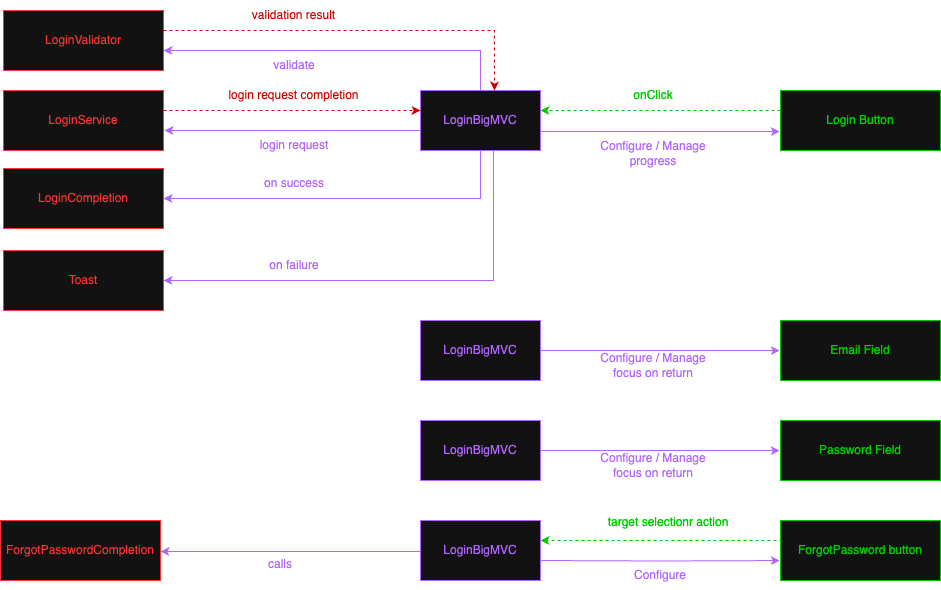
Above: ECommerceScreens/ECommerceScreens/Login/BasicMVC/Diagrams/LGBasicMVCFlow.png in hiren9697/UIPatternsDemonstration (draw.io), before the change. Source tidied: cells renumbered, new cells last; positions are measured from the earlier drawing's top-left corner, leaving out a move shared by most shapes.
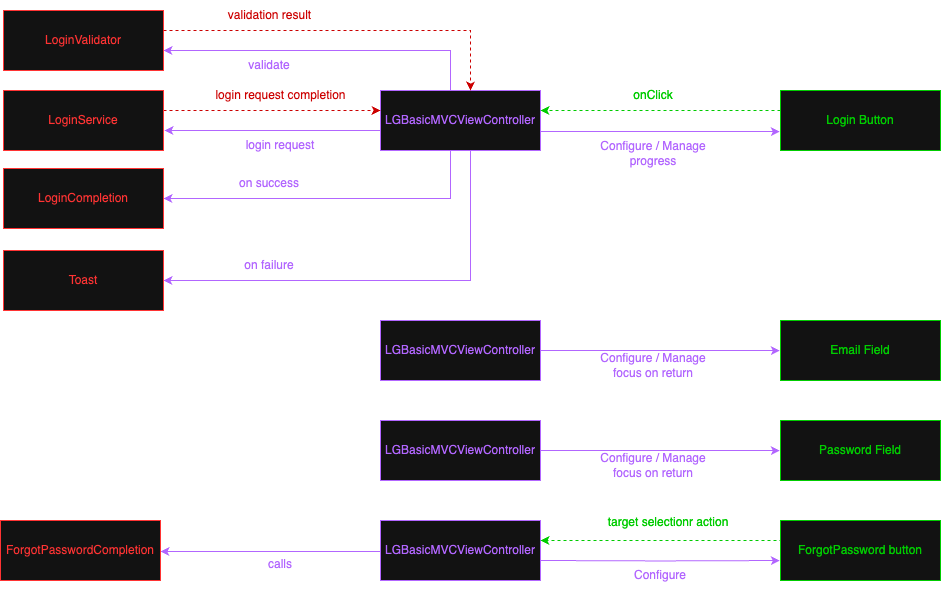
Above is the later version.

The edit, as a diff of the source:
```diff
@@ -2,80 +2,79 @@
   <root>
     <mxCell id="0" />
     <mxCell id="1" parent="0" />
-    <mxCell id="2" style="edgeStyle=orthogonalEdgeStyle;rounded=0;orthogonalLoop=1;jettySize=auto;html=1;strokeColor=light-dark(#000000,#B266FF);entryX=-0.004;entryY=0.667;entryDx=0;entryDy=0;entryPerimeter=0;" parent="1" edge="1">
-      <mxGeometry relative="1" as="geometry">
-        <mxPoint x="540" y="350" as="sourcePoint" />
-        <mxPoint x="779.4" y="350" as="targetPoint" />
-      </mxGeometry>
-    </mxCell>
-    <mxCell id="3" value="&lt;span style=&quot;color: rgb(178, 102, 255);&quot;&gt;LoginBigMVC&lt;/span&gt;" style="rounded=0;whiteSpace=wrap;html=1;strokeColor=light-dark(#000000,#B266FF);" parent="1" vertex="1">
-      <mxGeometry x="420" y="320" width="120" height="60" as="geometry" />
-    </mxCell>
+    <mxCell id="41" style="edgeStyle=orthogonalEdgeStyle;rounded=0;orthogonalLoop=1;jettySize=auto;html=1;strokeColor=light-dark(#000000,#B266FF);entryX=-0.004;entryY=0.667;entryDx=0;entryDy=0;entryPerimeter=0;" parent="1" edge="1">
+      <mxGeometry relative="1" as="geometry">
+        <mxPoint x="540" y="350" as="sourcePoint" />
+        <mxPoint x="779.4" y="350" as="targetPoint" />
+      </mxGeometry>
+    </mxCell>
+    <mxCell id="42" value="&lt;span style=&quot;color: rgb(178, 102, 255);&quot;&gt;LGBasicMVCViewController&lt;/span&gt;" style="rounded=0;whiteSpace=wrap;html=1;strokeColor=light-dark(#000000,#B266FF);" parent="1" vertex="1">
+      <mxGeometry x="380" y="320" width="160" height="60" as="geometry" />
+    </mxCell>
     <mxCell id="4" value="&lt;span style=&quot;color: light-dark(rgb(0, 0, 0), rgb(0, 204, 0));&quot;&gt;Email Field&lt;/span&gt;" style="rounded=0;whiteSpace=wrap;html=1;strokeColor=light-dark(#000000,#00CC00);" parent="1" vertex="1">
       <mxGeometry x="780" y="320" width="160" height="60" as="geometry" />
     </mxCell>
-    <mxCell id="5" value="&lt;span style=&quot;color: light-dark(rgb(0, 0, 0), rgb(178, 102, 255));&quot;&gt;Configure / Manage focus on return&lt;/span&gt;" style="text;html=1;align=center;verticalAlign=middle;whiteSpace=wrap;rounded=0;" parent="1" vertex="1">
-      <mxGeometry x="594" y="350" width="118" height="30" as="geometry" />
-    </mxCell>
-    <mxCell id="6" style="edgeStyle=orthogonalEdgeStyle;rounded=0;orthogonalLoop=1;jettySize=auto;html=1;strokeColor=light-dark(#000000,#B266FF);entryX=-0.004;entryY=0.667;entryDx=0;entryDy=0;entryPerimeter=0;" parent="1" edge="1">
-      <mxGeometry relative="1" as="geometry">
-        <mxPoint x="540" y="450" as="sourcePoint" />
-        <mxPoint x="779.4" y="450" as="targetPoint" />
-      </mxGeometry>
-    </mxCell>
-    <mxCell id="7" value="&lt;span style=&quot;color: rgb(178, 102, 255);&quot;&gt;LoginBigMVC&lt;/span&gt;" style="rounded=0;whiteSpace=wrap;html=1;strokeColor=light-dark(#000000,#B266FF);" parent="1" vertex="1">
-      <mxGeometry x="420" y="420" width="120" height="60" as="geometry" />
-    </mxCell>
+    <mxCell id="43" value="&lt;span style=&quot;color: light-dark(rgb(0, 0, 0), rgb(178, 102, 255));&quot;&gt;Configure / Manage focus on return&lt;/span&gt;" style="text;html=1;align=center;verticalAlign=middle;whiteSpace=wrap;rounded=0;" parent="1" vertex="1">
+      <mxGeometry x="594" y="350" width="118" height="30" as="geometry" />
+    </mxCell>
+    <mxCell id="44" style="edgeStyle=orthogonalEdgeStyle;rounded=0;orthogonalLoop=1;jettySize=auto;html=1;strokeColor=light-dark(#000000,#B266FF);entryX=-0.004;entryY=0.667;entryDx=0;entryDy=0;entryPerimeter=0;" parent="1" edge="1">
+      <mxGeometry relative="1" as="geometry">
+        <mxPoint x="540" y="450" as="sourcePoint" />
+        <mxPoint x="779.4" y="450" as="targetPoint" />
+      </mxGeometry>
+    </mxCell>
+    <mxCell id="45" value="&lt;span style=&quot;color: rgb(178, 102, 255);&quot;&gt;LGBasicMVCViewController&lt;/span&gt;" style="rounded=0;whiteSpace=wrap;html=1;strokeColor=light-dark(#000000,#B266FF);" parent="1" vertex="1">
+      <mxGeometry x="380" y="420" width="160" height="60" as="geometry" />
+    </mxCell>
     <mxCell id="8" value="&lt;span style=&quot;color: light-dark(rgb(0, 0, 0), rgb(0, 204, 0));&quot;&gt;Password Field&lt;/span&gt;" style="rounded=0;whiteSpace=wrap;html=1;strokeColor=light-dark(#000000,#00CC00);" parent="1" vertex="1">
       <mxGeometry x="780" y="420" width="160" height="60" as="geometry" />
     </mxCell>
-    <mxCell id="9" value="&lt;span style=&quot;color: light-dark(rgb(0, 0, 0), rgb(178, 102, 255));&quot;&gt;Configure / Manage focus on return&lt;/span&gt;" style="text;html=1;align=center;verticalAlign=middle;whiteSpace=wrap;rounded=0;" parent="1" vertex="1">
-      <mxGeometry x="594" y="450" width="118" height="30" as="geometry" />
-    </mxCell>
-    <mxCell id="10" style="edgeStyle=orthogonalEdgeStyle;rounded=0;orthogonalLoop=1;jettySize=auto;html=1;strokeColor=light-dark(#000000,#B266FF);entryX=-0.004;entryY=0.667;entryDx=0;entryDy=0;entryPerimeter=0;" parent="1" edge="1">
-      <mxGeometry relative="1" as="geometry">
-        <mxPoint x="540" y="131" as="sourcePoint" />
-        <mxPoint x="779.4" y="131" as="targetPoint" />
-      </mxGeometry>
-    </mxCell>
-    <mxCell id="11" style="edgeStyle=orthogonalEdgeStyle;rounded=0;orthogonalLoop=1;jettySize=auto;html=1;strokeColor=#B266FF;" parent="1" edge="1">
-      <mxGeometry relative="1" as="geometry">
-        <mxPoint x="421" y="130" as="sourcePoint" />
-        <mxPoint x="164" y="130" as="targetPoint" />
-      </mxGeometry>
-    </mxCell>
-    <mxCell id="12" style="edgeStyle=orthogonalEdgeStyle;rounded=0;jettySize=auto;html=1;entryX=1;entryY=0.5;entryDx=0;entryDy=0;strokeColor=#B266FF;" parent="1" edge="1" source="15" target="24">
-      <mxGeometry relative="1" as="geometry">
-        <Array as="points">
-          <mxPoint x="480" y="198" />
-        </Array>
-      </mxGeometry>
-    </mxCell>
-    <mxCell id="13" style="edgeStyle=orthogonalEdgeStyle;rounded=0;jettySize=auto;html=1;entryX=1;entryY=0.5;entryDx=0;entryDy=0;strokeColor=#B266FF;" parent="1" edge="1" source="15" target="25">
-      <mxGeometry relative="1" as="geometry">
-        <Array as="points">
-          <mxPoint x="493" y="280" />
-        </Array>
-      </mxGeometry>
-    </mxCell>
-    <mxCell id="14" style="edgeStyle=orthogonalEdgeStyle;rounded=0;jettySize=auto;html=1;strokeColor=#B266FF;" parent="1" edge="1" source="15">
-      <mxGeometry relative="1" as="geometry">
-        <mxPoint x="163" y="50" as="targetPoint" />
-        <Array as="points">
-          <mxPoint x="480" y="50" />
-          <mxPoint x="163" y="50" />
-        </Array>
-      </mxGeometry>
-    </mxCell>
-    <mxCell id="15" value="&lt;span style=&quot;color: light-dark(rgb(0, 0, 0), rgb(178, 102, 255));&quot;&gt;LoginBigMVC&lt;/span&gt;" style="rounded=0;whiteSpace=wrap;html=1;strokeColor=light-dark(#000000,#B266FF);" parent="1" vertex="1">
-      <mxGeometry x="420" y="90" width="120" height="60" as="geometry" />
-    </mxCell>
-    <mxCell id="16" style="edgeStyle=orthogonalEdgeStyle;rounded=0;orthogonalLoop=1;jettySize=auto;html=1;dashed=1;strokeColor=#00CC00;" parent="1" edge="1">
-      <mxGeometry relative="1" as="geometry">
-        <mxPoint x="780" y="110" as="sourcePoint" />
-        <mxPoint x="540" y="110" as="targetPoint" />
-      </mxGeometry>
-    </mxCell>
+    <mxCell id="46" value="&lt;span style=&quot;color: light-dark(rgb(0, 0, 0), rgb(178, 102, 255));&quot;&gt;Configure / Manage focus on return&lt;/span&gt;" style="text;html=1;align=center;verticalAlign=middle;whiteSpace=wrap;rounded=0;" parent="1" vertex="1">
+      <mxGeometry x="594" y="450" width="118" height="30" as="geometry" />
+    </mxCell>
+    <mxCell id="47" style="edgeStyle=orthogonalEdgeStyle;rounded=0;orthogonalLoop=1;jettySize=auto;html=1;strokeColor=light-dark(#000000,#B266FF);entryX=-0.004;entryY=0.667;entryDx=0;entryDy=0;entryPerimeter=0;" parent="1" edge="1">
+      <mxGeometry relative="1" as="geometry">
+        <mxPoint x="540" y="131" as="sourcePoint" />
+        <mxPoint x="779.4" y="131" as="targetPoint" />
+      </mxGeometry>
+    </mxCell>
+    <mxCell id="48" style="edgeStyle=orthogonalEdgeStyle;rounded=0;orthogonalLoop=1;jettySize=auto;html=1;strokeColor=#B266FF;" parent="1" edge="1">
+      <mxGeometry relative="1" as="geometry">
+        <mxPoint x="421" y="130" as="sourcePoint" />
+        <mxPoint x="164" y="130" as="targetPoint" />
+      </mxGeometry>
+    </mxCell>
+    <mxCell id="49" style="edgeStyle=orthogonalEdgeStyle;rounded=0;jettySize=auto;html=1;entryX=1;entryY=0.5;entryDx=0;entryDy=0;strokeColor=#B266FF;" parent="1" edge="1" source="52" target="24">
+      <mxGeometry relative="1" as="geometry">
+        <Array as="points">
+          <mxPoint x="450" y="198" />
+        </Array>
+      </mxGeometry>
+    </mxCell>
+    <mxCell id="50" style="edgeStyle=orthogonalEdgeStyle;rounded=0;jettySize=auto;html=1;entryX=1;entryY=0.5;entryDx=0;entryDy=0;strokeColor=#B266FF;" parent="1" edge="1" source="52" target="25">
+      <mxGeometry relative="1" as="geometry">
+        <Array as="points">
+          <mxPoint x="470" y="280" />
+        </Array>
+      </mxGeometry>
+    </mxCell>
+    <mxCell id="51" style="edgeStyle=orthogonalEdgeStyle;rounded=0;jettySize=auto;html=1;strokeColor=#B266FF;" parent="1" edge="1" source="52">
+      <mxGeometry relative="1" as="geometry">
+        <mxPoint x="163" y="50" as="targetPoint" />
+        <Array as="points">
+          <mxPoint x="450" y="50" />
+        </Array>
+      </mxGeometry>
+    </mxCell>
+    <mxCell id="52" value="&lt;span style=&quot;color: light-dark(rgb(0, 0, 0), rgb(178, 102, 255));&quot;&gt;LGBasicMVCViewController&lt;/span&gt;" style="rounded=0;whiteSpace=wrap;html=1;strokeColor=light-dark(#000000,#B266FF);" parent="1" vertex="1">
+      <mxGeometry x="380" y="90" width="160" height="60" as="geometry" />
+    </mxCell>
+    <mxCell id="53" style="edgeStyle=orthogonalEdgeStyle;rounded=0;orthogonalLoop=1;jettySize=auto;html=1;dashed=1;strokeColor=#00CC00;" parent="1" edge="1">
+      <mxGeometry relative="1" as="geometry">
+        <mxPoint x="780" y="110" as="sourcePoint" />
+        <mxPoint x="540" y="110" as="targetPoint" />
+      </mxGeometry>
+    </mxCell>
     <mxCell id="17" value="&lt;span style=&quot;color: light-dark(rgb(0, 0, 0), rgb(0, 204, 0));&quot;&gt;Login Button&lt;/span&gt;" style="rounded=0;whiteSpace=wrap;html=1;strokeColor=light-dark(#000000,#00CC00);" parent="1" vertex="1">
       <mxGeometry x="780" y="90" width="160" height="60" as="geometry" />
     </mxCell>
@@ -85,20 +84,20 @@
     <mxCell id="19" value="&lt;font style=&quot;color: light-dark(rgb(0, 0, 0), rgb(0, 204, 0));&quot;&gt;onClick&lt;/font&gt;" style="text;html=1;align=center;verticalAlign=middle;whiteSpace=wrap;rounded=0;" parent="1" vertex="1">
       <mxGeometry x="594" y="80" width="118" height="30" as="geometry" />
     </mxCell>
-    <mxCell id="20" style="edgeStyle=orthogonalEdgeStyle;rounded=0;orthogonalLoop=1;jettySize=auto;html=1;dashed=1;strokeColor=#CC0000;" parent="1" edge="1">
-      <mxGeometry relative="1" as="geometry">
-        <mxPoint x="163" y="110" as="sourcePoint" />
-        <mxPoint x="420" y="110" as="targetPoint" />
-      </mxGeometry>
-    </mxCell>
+    <mxCell id="54" style="edgeStyle=orthogonalEdgeStyle;rounded=0;orthogonalLoop=1;jettySize=auto;html=1;dashed=1;strokeColor=#CC0000;" parent="1" edge="1">
+      <mxGeometry relative="1" as="geometry">
+        <mxPoint x="163" y="110" as="sourcePoint" />
+        <mxPoint x="380" y="110" as="targetPoint" />
+      </mxGeometry>
+    </mxCell>
     <mxCell id="21" value="&lt;span style=&quot;color: light-dark(rgb(0, 0, 0), rgb(255, 51, 51));&quot;&gt;LoginService&lt;/span&gt;" style="rounded=0;whiteSpace=wrap;html=1;strokeColor=light-dark(#000000,#FF3333);" parent="1" vertex="1">
       <mxGeometry x="3" y="90" width="160" height="60" as="geometry" />
     </mxCell>
     <mxCell id="22" value="&lt;span style=&quot;color: light-dark(rgb(0, 0, 0), rgb(178, 102, 255));&quot;&gt;login request&lt;/span&gt;" style="text;html=1;align=center;verticalAlign=middle;whiteSpace=wrap;rounded=0;" parent="1" vertex="1">
-      <mxGeometry x="234.5" y="130" width="118" height="30" as="geometry" />
+      <mxGeometry x="221" y="130" width="118" height="30" as="geometry" />
     </mxCell>
     <mxCell id="23" value="&lt;font style=&quot;color: light-dark(rgb(0, 0, 0), rgb(204, 0, 0));&quot;&gt;login request completion&lt;/font&gt;" style="text;html=1;align=center;verticalAlign=middle;whiteSpace=wrap;rounded=0;" parent="1" vertex="1">
-      <mxGeometry x="224" y="80" width="139" height="30" as="geometry" />
+      <mxGeometry x="210.5" y="80" width="139" height="30" as="geometry" />
     </mxCell>
     <mxCell id="24" value="&lt;span style=&quot;color: light-dark(rgb(0, 0, 0), rgb(255, 51, 51));&quot;&gt;LoginCompletion&lt;/span&gt;" style="rounded=0;whiteSpace=wrap;html=1;strokeColor=light-dark(#000000,#FF3333);" parent="1" vertex="1">
       <mxGeometry x="3" y="168" width="160" height="60" as="geometry" />
@@ -107,47 +106,47 @@
       <mxGeometry x="3" y="250" width="160" height="60" as="geometry" />
     </mxCell>
     <mxCell id="26" value="&lt;font color=&quot;#b266ff&quot;&gt;on success&lt;/font&gt;" style="text;html=1;align=center;verticalAlign=middle;whiteSpace=wrap;rounded=0;" parent="1" vertex="1">
-      <mxGeometry x="234.5" y="168" width="118" height="30" as="geometry" />
+      <mxGeometry x="210.5" y="168" width="118" height="30" as="geometry" />
     </mxCell>
     <mxCell id="27" value="&lt;font color=&quot;#b266ff&quot;&gt;on failure&lt;/font&gt;" style="text;html=1;align=center;verticalAlign=middle;whiteSpace=wrap;rounded=0;" parent="1" vertex="1">
-      <mxGeometry x="234.5" y="250" width="118" height="30" as="geometry" />
+      <mxGeometry x="210.5" y="250" width="118" height="30" as="geometry" />
     </mxCell>
     <mxCell id="28" value="&lt;span style=&quot;color: light-dark(rgb(0, 0, 0), rgb(255, 51, 51));&quot;&gt;LoginValidator&lt;/span&gt;" style="rounded=0;whiteSpace=wrap;html=1;strokeColor=light-dark(#000000,#FF3333);" parent="1" vertex="1">
       <mxGeometry x="3" y="10" width="160" height="60" as="geometry" />
     </mxCell>
-    <mxCell id="29" style="edgeStyle=orthogonalEdgeStyle;rounded=0;jettySize=auto;html=1;dashed=1;strokeColor=#CC0000;" parent="1" edge="1" source="28" target="15">
-      <mxGeometry relative="1" as="geometry">
-        <Array as="points">
-          <mxPoint x="494" y="30" />
-        </Array>
-      </mxGeometry>
-    </mxCell>
+    <mxCell id="55" style="edgeStyle=orthogonalEdgeStyle;rounded=0;jettySize=auto;html=1;dashed=1;strokeColor=#CC0000;" parent="1" edge="1" source="28" target="52">
+      <mxGeometry relative="1" as="geometry">
+        <Array as="points">
+          <mxPoint x="470" y="30" />
+        </Array>
+      </mxGeometry>
+    </mxCell>
     <mxCell id="30" value="&lt;font style=&quot;color: light-dark(rgb(0, 0, 0), rgb(204, 0, 0));&quot;&gt;validation result&lt;/font&gt;" style="text;html=1;align=center;verticalAlign=middle;whiteSpace=wrap;rounded=0;" parent="1" vertex="1">
-      <mxGeometry x="224" width="139" height="30" as="geometry" />
+      <mxGeometry x="200" width="139" height="30" as="geometry" />
     </mxCell>
     <mxCell id="31" value="&lt;span style=&quot;color: light-dark(rgb(0, 0, 0), rgb(178, 102, 255));&quot;&gt;validate&lt;/span&gt;" style="text;html=1;align=center;verticalAlign=middle;whiteSpace=wrap;rounded=0;" parent="1" vertex="1">
-      <mxGeometry x="234.5" y="50" width="118" height="30" as="geometry" />
+      <mxGeometry x="210.5" y="50" width="118" height="30" as="geometry" />
     </mxCell>
-    <mxCell id="32" style="edgeStyle=orthogonalEdgeStyle;rounded=0;jettySize=auto;html=1;strokeColor=light-dark(#000000,#B266FF);entryX=-0.004;entryY=0.667;entryDx=0;entryDy=0;entryPerimeter=0;" parent="1" edge="1" target="36">
-      <mxGeometry relative="1" as="geometry">
-        <mxPoint x="540" y="560" as="sourcePoint" />
-      </mxGeometry>
-    </mxCell>
-    <mxCell id="33" style="edgeStyle=orthogonalEdgeStyle;rounded=0;orthogonalLoop=1;jettySize=auto;html=1;entryX=1;entryY=0.5;entryDx=0;entryDy=0;strokeColor=light-dark(#000000,#B266FF);" parent="1" edge="1">
-      <mxGeometry relative="1" as="geometry">
-        <mxPoint x="420" y="551" as="sourcePoint" />
-        <mxPoint x="160" y="551" as="targetPoint" />
-      </mxGeometry>
-    </mxCell>
-    <mxCell id="34" value="&lt;span style=&quot;color: rgb(178, 102, 255);&quot;&gt;LoginBigMVC&lt;/span&gt;" style="rounded=0;whiteSpace=wrap;html=1;strokeColor=light-dark(#000000,#B266FF);" parent="1" vertex="1">
-      <mxGeometry x="420" y="520" width="120" height="60" as="geometry" />
-    </mxCell>
-    <mxCell id="35" style="edgeStyle=orthogonalEdgeStyle;rounded=0;orthogonalLoop=1;jettySize=auto;html=1;entryX=1;entryY=0.5;entryDx=0;entryDy=0;dashed=1;strokeColor=light-dark(#000000,#00CC00);" parent="1" edge="1">
-      <mxGeometry relative="1" as="geometry">
-        <mxPoint x="800" y="540" as="sourcePoint" />
-        <mxPoint x="540" y="540" as="targetPoint" />
-      </mxGeometry>
-    </mxCell>
+    <mxCell id="56" style="edgeStyle=orthogonalEdgeStyle;rounded=0;jettySize=auto;html=1;strokeColor=light-dark(#000000,#B266FF);entryX=-0.004;entryY=0.667;entryDx=0;entryDy=0;entryPerimeter=0;" parent="1" edge="1" target="36">
+      <mxGeometry relative="1" as="geometry">
+        <mxPoint x="540" y="560" as="sourcePoint" />
+      </mxGeometry>
+    </mxCell>
+    <mxCell id="57" style="edgeStyle=orthogonalEdgeStyle;rounded=0;orthogonalLoop=1;jettySize=auto;html=1;entryX=1;entryY=0.5;entryDx=0;entryDy=0;strokeColor=light-dark(#000000,#B266FF);" parent="1" edge="1">
+      <mxGeometry relative="1" as="geometry">
+        <mxPoint x="420" y="551" as="sourcePoint" />
+        <mxPoint x="160" y="551" as="targetPoint" />
+      </mxGeometry>
+    </mxCell>
+    <mxCell id="58" value="&lt;span style=&quot;color: rgb(178, 102, 255);&quot;&gt;LGBasicMVCViewController&lt;/span&gt;" style="rounded=0;whiteSpace=wrap;html=1;strokeColor=light-dark(#000000,#B266FF);" parent="1" vertex="1">
+      <mxGeometry x="380" y="520" width="160" height="60" as="geometry" />
+    </mxCell>
+    <mxCell id="59" style="edgeStyle=orthogonalEdgeStyle;rounded=0;orthogonalLoop=1;jettySize=auto;html=1;entryX=1;entryY=0.5;entryDx=0;entryDy=0;dashed=1;strokeColor=light-dark(#000000,#00CC00);" parent="1" edge="1">
+      <mxGeometry relative="1" as="geometry">
+        <mxPoint x="800" y="540" as="sourcePoint" />
+        <mxPoint x="540" y="540" as="targetPoint" />
+      </mxGeometry>
+    </mxCell>
     <mxCell id="36" value="&lt;span style=&quot;color: light-dark(rgb(0, 0, 0), rgb(0, 204, 0));&quot;&gt;ForgotPassword button&lt;/span&gt;" style="rounded=0;whiteSpace=wrap;html=1;strokeColor=light-dark(#000000,#00CC00);" parent="1" vertex="1">
       <mxGeometry x="780" y="520" width="160" height="60" as="geometry" />
     </mxCell>
```
